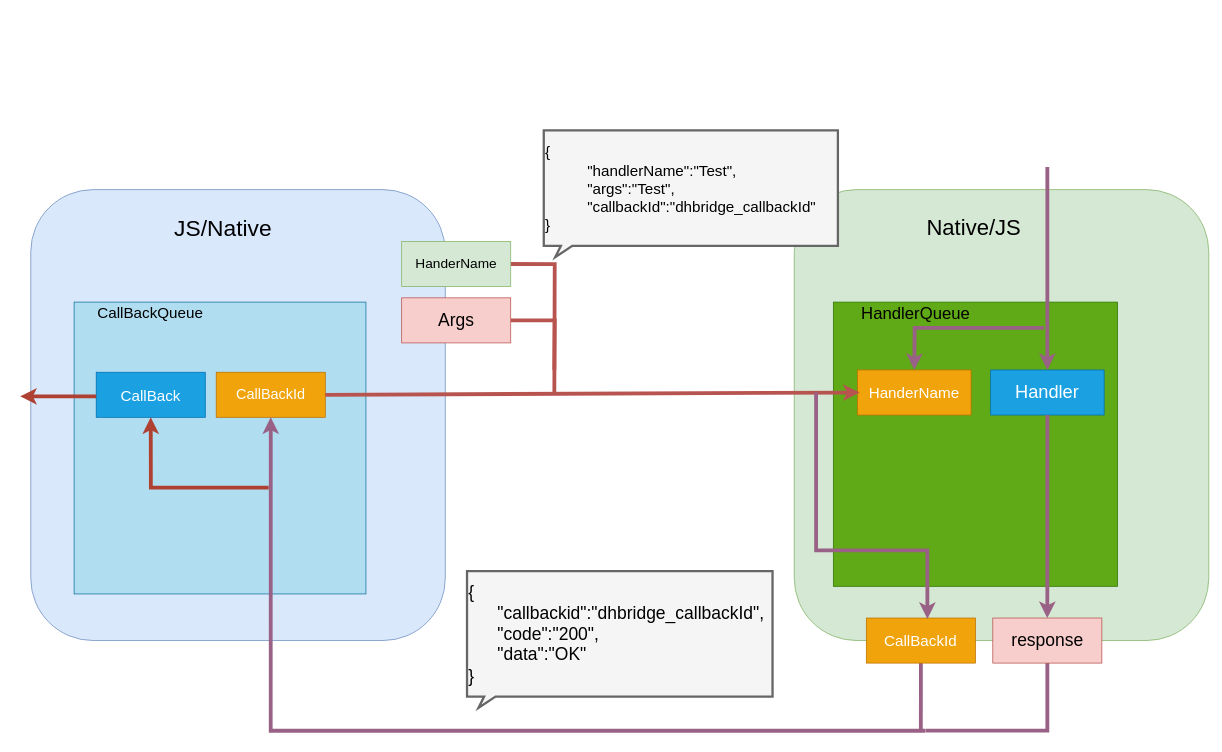
Before: jsbridge_flower.drawio in Dcell/drawio, a draw.io diagram. Source tidied: cells renumbered, new cells numbered last; positions are measured from the earlier drawing's top-left corner, leaving out a move shared by most shapes. Both pictures are drawn from the tidied source at 76%, with x=0, y=0 at pixel (20, 130).
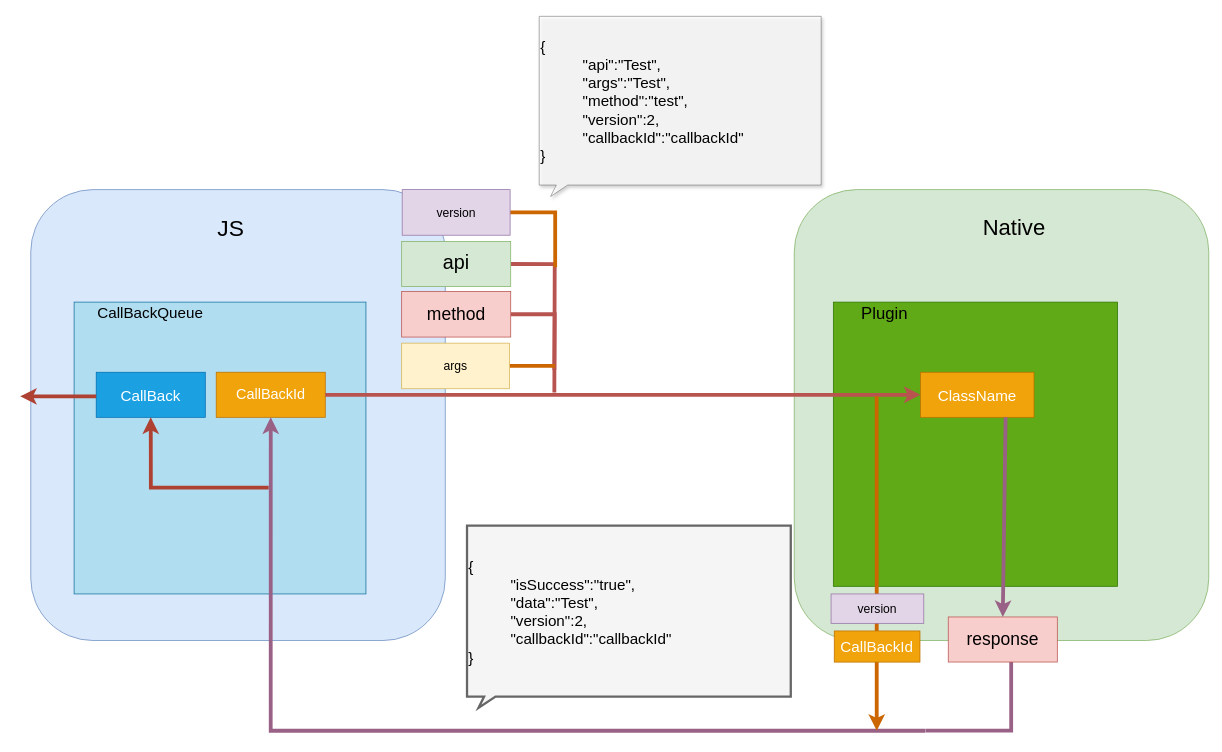
Above is the later version.

Unchanged cells that the change refers to:
```xml
<mxCell id="10" value="&lt;font style=&quot;font-size: 19px&quot;&gt;CallBackId&lt;/font&gt;" style="rounded=0;whiteSpace=wrap;html=1;fillColor=#f0a30a;strokeColor=#BD7000;fontColor=#ffffff;" parent="1" vertex="1">
  <mxGeometry x="258" y="318.3" width="143.5" height="59.3" as="geometry" />
</mxCell>
```

The edit, as a diff of the source:
```diff
@@
-    <mxCell id="4" value="&lt;font style=&quot;font-size: 29px&quot;&gt;Native/JS&lt;/font&gt;" style="text;html=1;align=left;verticalAlign=top;spacingTop=-4;" parent="1" vertex="1">
-      <mxGeometry x="1190.9" y="107.7" width="140" height="20" as="geometry" />
+    <mxCell id="4" value="&lt;font style=&quot;font-size: 29px&quot;&gt;Native&lt;/font&gt;" style="text;html=1;align=left;verticalAlign=top;spacingTop=-4;" parent="1" vertex="1">
+      <mxGeometry x="1264.7" y="107.7" width="100" height="20" as="geometry" />
     </mxCell>
-    <mxCell id="5" value="&lt;font style=&quot;font-size: 30px&quot;&gt;JS/Native&lt;/font&gt;" style="text;html=1;align=left;verticalAlign=top;spacingTop=-4;" parent="1" vertex="1">
-      <mxGeometry x="200.6" y="107.7" width="140" height="20" as="geometry" />
+    <mxCell id="5" value="&lt;font style=&quot;font-size: 30px&quot;&gt;JS&lt;br&gt;&lt;/font&gt;" style="text;html=1;align=left;verticalAlign=top;spacingTop=-4;" parent="1" vertex="1">
+      <mxGeometry x="258" y="107.7" width="50" height="20" as="geometry" />
     </mxCell>
@@
-    <mxCell id="11" value="&lt;font style=&quot;font-size: 24px&quot;&gt;Handler&lt;/font&gt;" style="rounded=0;whiteSpace=wrap;html=1;fillColor=#1ba1e2;strokeColor=#006EAF;fontColor=#ffffff;" parent="1" vertex="1">
-      <mxGeometry x="1277" y="315.3" width="149.3" height="59.3" as="geometry" />
-    </mxCell>
-    <mxCell id="12" value="&lt;font style=&quot;font-size: 20px&quot;&gt;HanderName&lt;/font&gt;" style="rounded=0;whiteSpace=wrap;html=1;fillColor=#f0a30a;strokeColor=#BD7000;fontColor=#ffffff;" parent="1" vertex="1">
-      <mxGeometry x="1101.9" y="315.3" width="149.3" height="59.3" as="geometry" />
+    <mxCell id="12" value="&lt;font style=&quot;font-size: 20px&quot;&gt;ClassName&lt;/font&gt;" style="rounded=0;whiteSpace=wrap;html=1;fillColor=#f0a30a;strokeColor=#BD7000;fontColor=#ffffff;" parent="1" vertex="1">
+      <mxGeometry x="1184.7" y="318.3" width="149.3" height="59.3" as="geometry" />
     </mxCell>
@@
-    <mxCell id="14" value="&lt;font style=&quot;font-size: 23px&quot;&gt;Args&lt;/font&gt;" style="rounded=0;whiteSpace=wrap;html=1;fillColor=#f8cecc;strokeColor=#b85450;" parent="1" vertex="1">
-      <mxGeometry x="502" y="220.4" width="143.5" height="59.3" as="geometry" />
+    <mxCell id="14" value="&lt;font style=&quot;font-size: 23px&quot;&gt;method&lt;/font&gt;" style="rounded=0;whiteSpace=wrap;html=1;fillColor=#f8cecc;strokeColor=#b85450;" parent="1" vertex="1">
+      <mxGeometry x="502" y="212" width="143.5" height="60" as="geometry" />
     </mxCell>
@@
-    <mxCell id="16" value="&lt;span style=&quot;line-height: 120%&quot;&gt;&lt;font style=&quot;font-size: 18px&quot;&gt;HanderName&lt;/font&gt;&lt;/span&gt;" style="rounded=0;whiteSpace=wrap;html=1;fillColor=#d5e8d4;strokeColor=#82b366;" parent="1" vertex="1">
+    <mxCell id="16" value="&lt;span style=&quot;line-height: 120%&quot;&gt;&lt;font style=&quot;font-size: 26px&quot;&gt;api&lt;/font&gt;&lt;/span&gt;" style="rounded=0;whiteSpace=wrap;html=1;fillColor=#d5e8d4;strokeColor=#82b366;" parent="1" vertex="1">
       <mxGeometry x="502" y="146.2" width="143.5" height="59.3" as="geometry" />
     </mxCell>
-    <mxCell id="17" style="edgeStyle=orthogonalEdgeStyle;rounded=0;jettySize=auto;html=1;endArrow=none;endFill=0;strokeColor=#996185;gradientColor=#d5739d;fillColor=#e6d0de;strokeWidth=5;" parent="1" edge="1" source="18">
-      <mxGeometry relative="1" as="geometry">
-        <mxPoint x="1185.1" y="790" as="targetPoint" />
-      </mxGeometry>
-    </mxCell>
-    <mxCell id="18" value="&lt;font style=&quot;font-size: 20px&quot;&gt;CallBackId&lt;/font&gt;" style="rounded=0;whiteSpace=wrap;html=1;fillColor=#f0a30a;strokeColor=#BD7000;fontColor=#ffffff;" parent="1" vertex="1">
-      <mxGeometry x="1113.4" y="641.7" width="143.5" height="59.3" as="geometry" />
-    </mxCell>
     <mxCell id="19" style="edgeStyle=orthogonalEdgeStyle;rounded=0;jettySize=auto;html=1;endArrow=none;endFill=0;strokeColor=#996185;gradientColor=#d5739d;fillColor=#e6d0de;strokeWidth=5;" parent="1" edge="1" source="20">
       <mxGeometry relative="1" as="geometry">
         <mxPoint x="1191.2" y="789.8" as="targetPoint" />
         <Array as="points">
-          <mxPoint x="1351.6" y="790" />
+          <mxPoint x="1304" y="790" />
         </Array>
       </mxGeometry>
     </mxCell>
     <mxCell id="20" value="&lt;font style=&quot;font-size: 23px&quot;&gt;response&lt;/font&gt;" style="rounded=0;whiteSpace=wrap;html=1;fillColor=#f8cecc;strokeColor=#b85450;" parent="1" vertex="1">
-      <mxGeometry x="1279.8" y="641.7" width="143.5" height="59.3" as="geometry" />
+      <mxGeometry x="1221.2" y="640.3" width="143.5" height="59.3" as="geometry" />
     </mxCell>
@@
-    <mxCell id="22" style="endArrow=classic;html=1;strokeColor=#b85450;exitX=1;exitY=0.5;exitDx=0;exitDy=0;gradientColor=#ea6b66;fillColor=#f8cecc;strokeWidth=5;" parent="1" edge="1" source="10">
-      <mxGeometry relative="1" as="geometry">
-        <mxPoint x="1104.7" y="345" as="targetPoint" />
-      </mxGeometry>
+    <mxCell id="22" style="endArrow=classic;html=1;strokeColor=#b85450;exitX=1;exitY=0.5;exitDx=0;exitDy=0;gradientColor=#ea6b66;fillColor=#f8cecc;strokeWidth=5;" parent="1" edge="1" source="10" target="12">
+      <mxGeometry relative="1" as="geometry" />
     </mxCell>
-    <mxCell id="23" style="endArrow=classic;html=1;strokeColor=#996185;entryX=0.5;entryY=0;entryDx=0;entryDy=0;exitX=0.5;exitY=1;exitDx=0;exitDy=0;gradientColor=#d5739d;fillColor=#e6d0de;strokeWidth=5;" parent="1" edge="1" source="11" target="20">
+    <mxCell id="23" style="endArrow=classic;html=1;strokeColor=#996185;entryX=0.5;entryY=0;entryDx=0;entryDy=0;exitX=0.75;exitY=1;exitDx=0;exitDy=0;gradientColor=#d5739d;fillColor=#e6d0de;strokeWidth=5;" parent="1" edge="1" source="12" target="20">
       <mxGeometry relative="1" as="geometry" />
     </mxCell>
-    <mxCell id="24" style="endArrow=classic;html=1;strokeColor=#996185;entryX=0.56;entryY=0.02;entryDx=0;entryDy=0;entryPerimeter=0;rounded=0;gradientColor=#d5739d;fillColor=#e6d0de;strokeWidth=5;" parent="1" edge="1" target="18">
-      <mxGeometry relative="1" as="geometry">
-        <mxPoint x="1047.3" y="345" as="sourcePoint" />
-        <Array as="points">
-          <mxPoint x="1047.3" y="552.7" />
-          <mxPoint x="1193.7" y="552.7" />
-        </Array>
-      </mxGeometry>
-    </mxCell>
-    <mxCell id="25" value="&lt;font style=&quot;font-size: 20px&quot;&gt;{&lt;br&gt;&amp;nbsp; &amp;nbsp; &amp;nbsp; &amp;nbsp; &amp;nbsp; &quot;handlerName&quot;:&quot;Test&quot;,&lt;br&gt;&amp;nbsp; &amp;nbsp; &amp;nbsp; &amp;nbsp; &amp;nbsp; &quot;args&quot;:&quot;Test&quot;,&lt;br&gt;&amp;nbsp; &amp;nbsp; &amp;nbsp; &amp;nbsp; &amp;nbsp; &quot;callbackId&quot;:&quot;dhbridge_callbackId&quot;&lt;br&gt;}&lt;/font&gt;" style="whiteSpace=wrap;html=1;shape=mxgraph.basic.rectCallout;dx=30;dy=15;boundedLbl=1;gradientColor=none;fillColor=#f5f5f5;strokeColor=#666666;gradientDirection=west;align=left;strokeWidth=3;" parent="1" vertex="1">
-      <mxGeometry x="689" width="387" height="167" as="geometry" />
+    <mxCell id="25" value="&lt;font style=&quot;font-size: 20px&quot;&gt;{&lt;br&gt;&amp;nbsp; &amp;nbsp; &amp;nbsp; &amp;nbsp; &amp;nbsp; &quot;api&quot;:&quot;Test&quot;,&lt;br&gt;&amp;nbsp; &amp;nbsp; &amp;nbsp; &amp;nbsp; &amp;nbsp; &quot;args&quot;:&quot;Test&quot;,&lt;br&gt;&amp;nbsp; &amp;nbsp; &amp;nbsp; &amp;nbsp; &amp;nbsp; &quot;method&quot;:&quot;test&quot;,&lt;br&gt;&amp;nbsp; &amp;nbsp; &amp;nbsp; &amp;nbsp; &amp;nbsp; &quot;version&quot;:2,&lt;br&gt;&amp;nbsp; &amp;nbsp; &amp;nbsp; &amp;nbsp; &amp;nbsp; &quot;callbackId&quot;:&quot;callbackId&quot;&lt;br&gt;}&lt;/font&gt;" style="whiteSpace=wrap;html=1;shape=mxgraph.basic.rectCallout;dx=30;dy=15;boundedLbl=1;strokeColor=#666666;gradientDirection=west;align=left;strokeWidth=1;shadow=1;sketch=0;opacity=70;" parent="1" vertex="1">
+      <mxGeometry x="683" y="-150" width="371" height="237" as="geometry" />
     </mxCell>
-    <mxCell id="26" value="&lt;font style=&quot;font-size: 23px&quot;&gt;&lt;span style=&quot;white-space: normal&quot;&gt;{&lt;/span&gt;&lt;br style=&quot;white-space: normal&quot;&gt;&lt;span style=&quot;white-space: normal&quot;&gt;&amp;nbsp; &amp;nbsp; &amp;nbsp; &quot;callbackid&quot;:&quot;&lt;/span&gt;dhbridge_callbackId&lt;span style=&quot;white-space: normal&quot;&gt;&quot;,&lt;/span&gt;&lt;br style=&quot;white-space: normal&quot;&gt;&lt;span style=&quot;white-space: normal&quot;&gt;&amp;nbsp; &amp;nbsp; &amp;nbsp; &quot;code&quot;:&quot;200&quot;,&lt;/span&gt;&lt;br style=&quot;white-space: normal&quot;&gt;&lt;span style=&quot;white-space: normal&quot;&gt;&amp;nbsp; &amp;nbsp; &amp;nbsp; &quot;data&quot;:&quot;OK&quot;&lt;/span&gt;&lt;br style=&quot;white-space: normal&quot;&gt;&lt;span style=&quot;white-space: normal&quot;&gt;}&lt;/span&gt;&lt;/font&gt;" style="whiteSpace=wrap;html=1;shape=mxgraph.basic.rectCallout;dx=30;dy=15;boundedLbl=1;gradientColor=none;fillColor=#f5f5f5;strokeColor=#666666;gradientDirection=west;align=left;strokeWidth=3;" parent="1" vertex="1">
-      <mxGeometry x="588" y="580" width="402" height="180" as="geometry" />
+    <mxCell id="26" value="&lt;span style=&quot;font-size: 20px&quot;&gt;{&lt;/span&gt;&lt;br style=&quot;font-size: 20px&quot;&gt;&lt;span style=&quot;font-size: 20px&quot;&gt;&amp;nbsp; &amp;nbsp; &amp;nbsp; &amp;nbsp; &amp;nbsp; &quot;isSuccess&quot;:&quot;true&quot;,&lt;/span&gt;&lt;br style=&quot;font-size: 20px&quot;&gt;&lt;span style=&quot;font-size: 20px&quot;&gt;&amp;nbsp; &amp;nbsp; &amp;nbsp; &amp;nbsp; &amp;nbsp; &quot;data&quot;:&quot;Test&quot;,&lt;/span&gt;&lt;br style=&quot;font-size: 20px&quot;&gt;&lt;span style=&quot;font-size: 20px&quot;&gt;&amp;nbsp; &amp;nbsp; &amp;nbsp; &amp;nbsp; &amp;nbsp; &quot;version&quot;:2,&lt;/span&gt;&lt;br style=&quot;font-size: 20px&quot;&gt;&lt;span style=&quot;font-size: 20px&quot;&gt;&amp;nbsp; &amp;nbsp; &amp;nbsp; &amp;nbsp; &amp;nbsp; &quot;callbackId&quot;:&quot;callbackId&quot;&lt;/span&gt;&lt;br style=&quot;font-size: 20px&quot;&gt;&lt;span style=&quot;font-size: 20px&quot;&gt;}&lt;/span&gt;" style="whiteSpace=wrap;html=1;shape=mxgraph.basic.rectCallout;dx=30;dy=15;boundedLbl=1;gradientColor=none;fillColor=#f5f5f5;strokeColor=#666666;gradientDirection=west;align=left;strokeWidth=3;" parent="1" vertex="1">
+      <mxGeometry x="588" y="520" width="426" height="240" as="geometry" />
     </mxCell>
@@
-    <mxCell id="28" style="endArrow=classic;html=1;strokeColor=#996185;entryX=0.5;entryY=0;entryDx=0;entryDy=0;exitX=0.5;exitY=1;exitDx=0;exitDy=0;gradientColor=#d5739d;fillColor=#e6d0de;strokeWidth=5;" parent="1" edge="1">
-      <mxGeometry relative="1" as="geometry">
-        <mxPoint x="1351.6" y="48.2" as="sourcePoint" />
-        <mxPoint x="1351.6" y="315.2" as="targetPoint" />
-      </mxGeometry>
-    </mxCell>
@@
-    <mxCell id="30" style="endArrow=none;html=1;strokeColor=#996185;strokeWidth=5;exitX=0.5;exitY=0;exitDx=0;exitDy=0;rounded=0;fillColor=#e6d0de;gradientColor=#d5739d;startArrow=classic;startFill=1;" parent="1" edge="1" source="12">
-      <mxGeometry relative="1" as="geometry">
-        <mxPoint x="1347" y="260" as="targetPoint" />
-        <Array as="points">
-          <mxPoint x="1177" y="260" />
-        </Array>
-      </mxGeometry>
-    </mxCell>
-    <mxCell id="31" value="&lt;font style=&quot;font-size: 22px&quot;&gt;HandlerQueue&lt;/font&gt;" style="text;html=1;align=left;verticalAlign=top;spacingTop=-4;" parent="1" vertex="1">
-      <mxGeometry x="1104.7" y="226.3" width="160" height="20" as="geometry" />
+    <mxCell id="31" value="&lt;font style=&quot;font-size: 22px&quot;&gt;Plugin&lt;/font&gt;" style="text;html=1;align=left;verticalAlign=top;spacingTop=-4;" parent="1" vertex="1">
+      <mxGeometry x="1104.7" y="226.3" width="80" height="20" as="geometry" />
     </mxCell>
+    <mxCell id="32" style="edgeStyle=none;jettySize=auto;html=1;rounded=0;strokeWidth=5;startArrow=none;startFill=0;endArrow=none;endFill=0;strokeColor=#CC6600;" parent="1" edge="1" source="33">
+      <mxGeometry relative="1" as="geometry">
+        <mxPoint x="704" y="310" as="targetPoint" />
+      </mxGeometry>
+    </mxCell>
+    <mxCell id="33" value="&lt;font style=&quot;font-size: 16px&quot;&gt;args&lt;/font&gt;" style="rounded=0;whiteSpace=wrap;html=1;fillColor=#fff2cc;strokeColor=#d6b656;" parent="1" vertex="1">
+      <mxGeometry x="502" y="280" width="142" height="60" as="geometry" />
+    </mxCell>
+    <mxCell id="34" style="edgeStyle=none;rounded=0;jettySize=auto;html=1;startArrow=none;startFill=0;endArrow=none;endFill=0;strokeColor=#CC6600;strokeWidth=5;" parent="1" edge="1" source="35">
+      <mxGeometry relative="1" as="geometry">
+        <mxPoint x="704" y="180" as="targetPoint" />
+        <Array as="points">
+          <mxPoint x="704" y="108" />
+        </Array>
+      </mxGeometry>
+    </mxCell>
+    <mxCell id="35" value="&lt;font style=&quot;font-size: 16px&quot;&gt;version&lt;/font&gt;" style="rounded=0;whiteSpace=wrap;html=1;fillColor=#e1d5e7;strokeColor=#9673a6;" parent="1" vertex="1">
+      <mxGeometry x="502.7" y="78" width="142" height="60" as="geometry" />
+    </mxCell>
+    <mxCell id="36" style="endArrow=classic;html=1;strokeColor=#CC6600;strokeWidth=5;" parent="1" edge="1">
+      <mxGeometry relative="1" as="geometry">
+        <mxPoint x="1127" y="350" as="sourcePoint" />
+        <mxPoint x="1127.1" y="790" as="targetPoint" />
+      </mxGeometry>
+    </mxCell>
+    <mxCell id="37" value="&lt;font style=&quot;font-size: 16px&quot;&gt;version&lt;/font&gt;" style="rounded=0;whiteSpace=wrap;html=1;fillColor=#e1d5e7;strokeColor=#9673a6;" parent="1" vertex="1">
+      <mxGeometry x="1067" y="610" width="122" height="38.7" as="geometry" />
+    </mxCell>
+    <mxCell id="18" value="&lt;font style=&quot;font-size: 20px&quot;&gt;CallBackId&lt;/font&gt;" style="rounded=0;whiteSpace=wrap;html=1;fillColor=#f0a30a;strokeColor=#BD7000;fontColor=#ffffff;" parent="1" vertex="1">
+      <mxGeometry x="1071.2" y="658.7" width="112.8" height="41" as="geometry" />
+    </mxCell>
```
